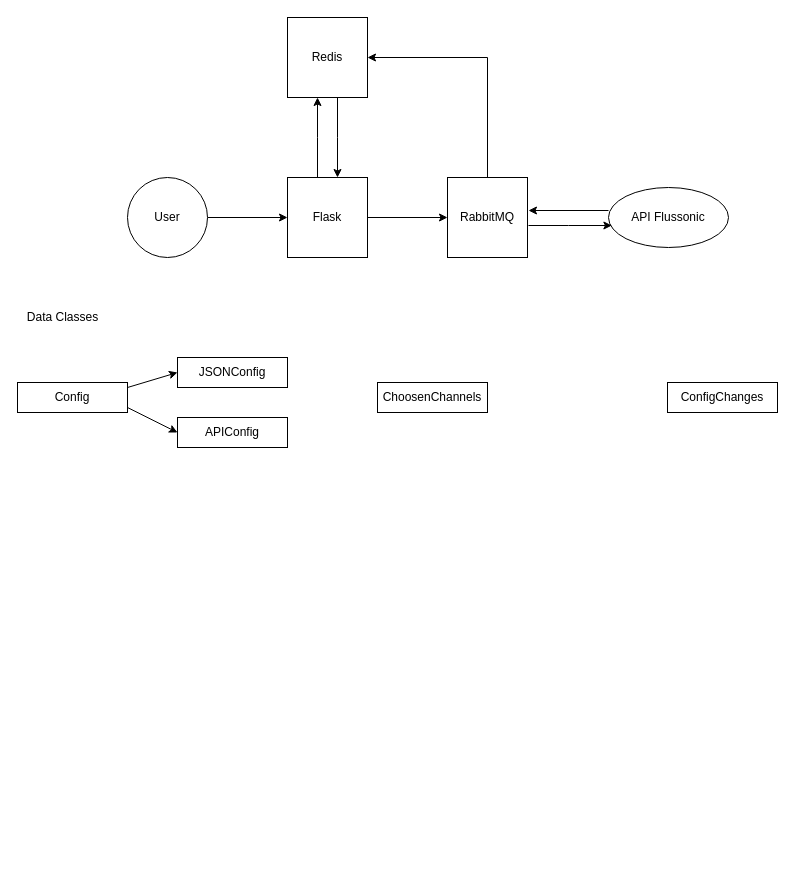
Above: FSConfig.drawio in AntonSheinin/FSConfig (draw.io), before the change. Source tidied: cells renumbered, new cells numbered last; positions are measured from the earlier drawing's top-left corner, leaving out a move shared by most shapes. Both pictures are drawn from the tidied source at 100%, with x=0, y=0 at pixel (17, 17).
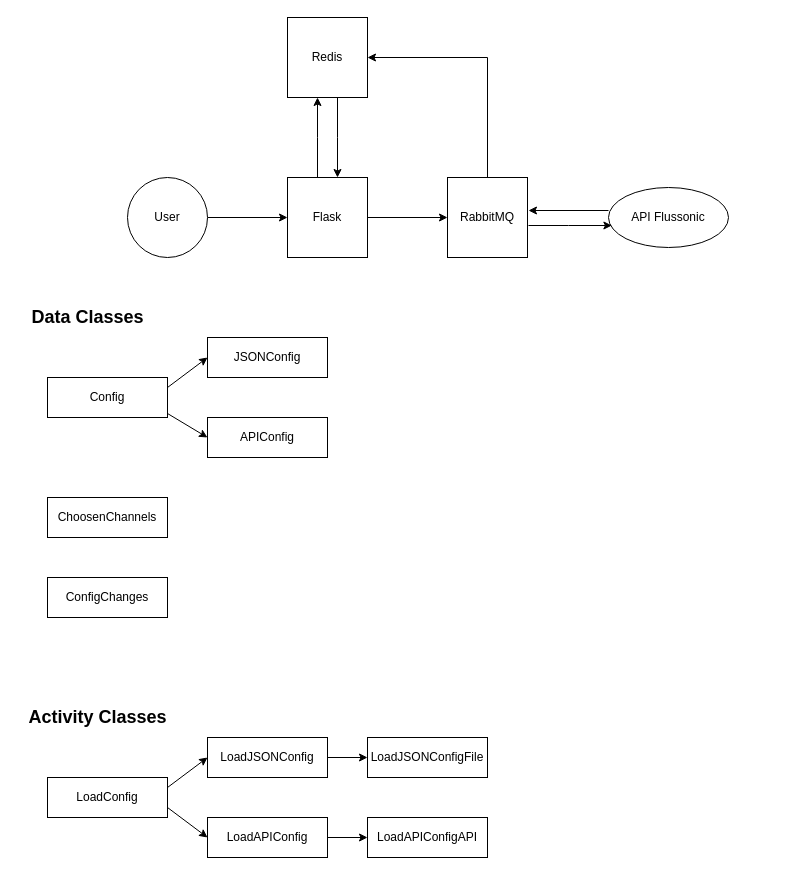
Above is the later version.

What changed in the source:
```diff
@@
-    <mxCell id="15" value="Data Classes" style="text;html=1;align=center;verticalAlign=middle;fillColor=none;strokeColor=none;rounded=0;" parent="1" vertex="1">
-      <mxGeometry y="285" width="90" height="30" as="geometry" />
+    <mxCell id="15" value="&lt;font style=&quot;font-size: 18px;&quot;&gt;&lt;b&gt;Data Classes&lt;/b&gt;&lt;/font&gt;" style="text;html=1;align=center;verticalAlign=middle;fillColor=none;strokeColor=none;rounded=0;" parent="1" vertex="1">
+      <mxGeometry y="280" width="140" height="40" as="geometry" />
     </mxCell>
     <mxCell id="16" style="edgeStyle=none;rounded=0;jettySize=auto;html=1;entryX=0;entryY=0.5;entryDx=0;entryDy=0;" parent="1" edge="1" target="19">
       <mxGeometry relative="1" as="geometry">
-        <mxPoint x="110" y="390" as="sourcePoint" />
+        <mxPoint x="140" y="390" as="sourcePoint" />
       </mxGeometry>
     </mxCell>
     <mxCell id="17" value="Config" style="rounded=0;whiteSpace=wrap;html=1;" parent="1" vertex="1">
-      <mxGeometry y="365" width="110" height="30" as="geometry" />
+      <mxGeometry x="30" y="360" width="120" height="40" as="geometry" />
     </mxCell>
     <mxCell id="18" value="JSONConfig" style="rounded=0;whiteSpace=wrap;html=1;" parent="1" vertex="1">
-      <mxGeometry x="160" y="340" width="110" height="30" as="geometry" />
+      <mxGeometry x="190" y="320" width="120" height="40" as="geometry" />
     </mxCell>
     <mxCell id="19" value="APIConfig" style="rounded=0;whiteSpace=wrap;html=1;" parent="1" vertex="1">
-      <mxGeometry x="160" y="400" width="110" height="30" as="geometry" />
+      <mxGeometry x="190" y="400" width="120" height="40" as="geometry" />
     </mxCell>
-    <mxCell id="20" style="edgeStyle=none;rounded=0;jettySize=auto;html=1;entryX=0;entryY=0.5;entryDx=0;entryDy=0;" parent="1" edge="1" target="18">
-      <mxGeometry relative="1" as="geometry">
-        <mxPoint x="110" y="370" as="sourcePoint" />
-      </mxGeometry>
+    <mxCell id="20" style="edgeStyle=none;rounded=0;jettySize=auto;html=1;entryX=0;entryY=0.5;entryDx=0;entryDy=0;exitX=1;exitY=0.25;exitDx=0;exitDy=0;" parent="1" edge="1" source="17" target="18">
+      <mxGeometry relative="1" as="geometry" />
     </mxCell>
     <mxCell id="21" value="ChoosenChannels" style="rounded=0;whiteSpace=wrap;html=1;" parent="1" vertex="1">
-      <mxGeometry x="360" y="365" width="110" height="30" as="geometry" />
+      <mxGeometry x="30" y="480" width="120" height="40" as="geometry" />
     </mxCell>
     <mxCell id="22" value="ConfigChanges" style="rounded=0;whiteSpace=wrap;html=1;" parent="1" vertex="1">
-      <mxGeometry x="650" y="365" width="110" height="30" as="geometry" />
+      <mxGeometry x="30" y="560" width="120" height="40" as="geometry" />
     </mxCell>
+    <mxCell id="23" value="&lt;font style=&quot;font-size: 18px;&quot;&gt;&lt;b&gt;Activity Classes&lt;/b&gt;&lt;/font&gt;" style="text;html=1;align=center;verticalAlign=middle;fillColor=none;strokeColor=none;rounded=0;" parent="1" vertex="1">
+      <mxGeometry y="680" width="160" height="40" as="geometry" />
+    </mxCell>
+    <mxCell id="24" value="LoadConfig" style="rounded=0;whiteSpace=wrap;html=1;" parent="1" vertex="1">
+      <mxGeometry x="30" y="760" width="120" height="40" as="geometry" />
+    </mxCell>
+    <mxCell id="25" style="edgeStyle=none;rounded=0;jettySize=auto;html=1;entryX=0;entryY=0.5;entryDx=0;entryDy=0;exitX=1;exitY=0.75;exitDx=0;exitDy=0;" parent="1" edge="1" source="24" target="29">
+      <mxGeometry relative="1" as="geometry" />
+    </mxCell>
+    <mxCell id="26" style="edgeStyle=none;rounded=0;jettySize=auto;html=1;fontSize=18;" parent="1" edge="1" source="27" target="31">
+      <mxGeometry relative="1" as="geometry" />
+    </mxCell>
+    <mxCell id="27" value="LoadJSONConfig" style="rounded=0;whiteSpace=wrap;html=1;" parent="1" vertex="1">
+      <mxGeometry x="190" y="720" width="120" height="40" as="geometry" />
+    </mxCell>
+    <mxCell id="28" style="edgeStyle=none;rounded=0;jettySize=auto;html=1;fontSize=18;" parent="1" edge="1" source="29" target="32">
+      <mxGeometry relative="1" as="geometry" />
+    </mxCell>
+    <mxCell id="29" value="LoadAPIConfig" style="rounded=0;whiteSpace=wrap;html=1;" parent="1" vertex="1">
+      <mxGeometry x="190" y="800" width="120" height="40" as="geometry" />
+    </mxCell>
+    <mxCell id="30" style="edgeStyle=none;rounded=0;jettySize=auto;html=1;entryX=0;entryY=0.5;entryDx=0;entryDy=0;exitX=1;exitY=0.25;exitDx=0;exitDy=0;" parent="1" edge="1" source="24" target="27">
+      <mxGeometry relative="1" as="geometry" />
+    </mxCell>
+    <mxCell id="31" value="LoadJSONConfigFile" style="rounded=0;whiteSpace=wrap;html=1;" parent="1" vertex="1">
+      <mxGeometry x="350" y="720" width="120" height="40" as="geometry" />
+    </mxCell>
+    <mxCell id="32" value="LoadAPIConfigAPI" style="rounded=0;whiteSpace=wrap;html=1;" parent="1" vertex="1">
+      <mxGeometry x="350" y="800" width="120" height="40" as="geometry" />
+    </mxCell>
```
